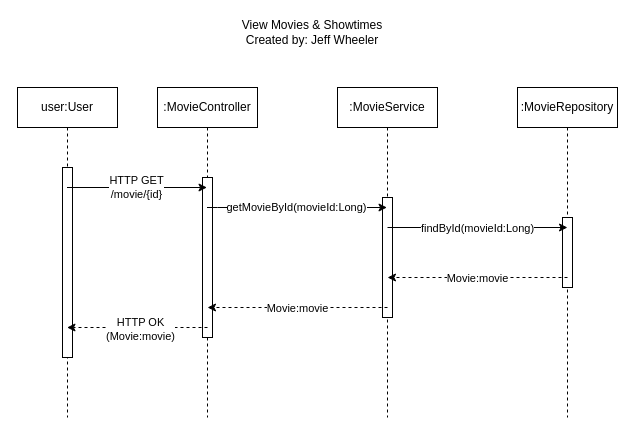
Before: Sequence Diagram - View Movie & Showtimes.drawio in AcmePlexApp/documents, a draw.io diagram. Source tidied: cells renumbered, new cells numbered last; positions are measured from the earlier drawing's top-left corner, leaving out a move shared by most shapes. Both pictures are drawn from the tidied source at 100%, with x=0, y=0 at pixel (17, 17).
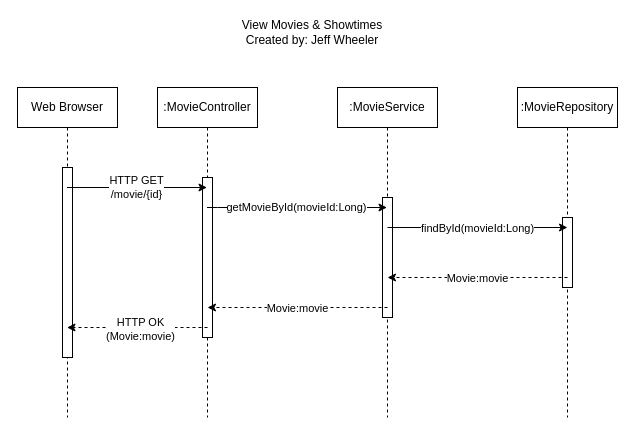
The same diagram, later.

What changed in the source:
```diff
@@
-    <mxCell id="2" value="user:User" style="shape=umlLifeline;perimeter=lifelinePerimeter;whiteSpace=wrap;html=1;outlineConnect=0;portConstraint=eastwest;newEdgeStyle={&quot;edgeStyle&quot;:&quot;elbowEdgeStyle&quot;,&quot;elbow&quot;:&quot;vertical&quot;,&quot;curved&quot;:0,&quot;rounded&quot;:0};" parent="1" vertex="1">
+    <mxCell id="2" value="Web Browser" style="shape=umlLifeline;perimeter=lifelinePerimeter;whiteSpace=wrap;html=1;outlineConnect=0;portConstraint=eastwest;newEdgeStyle={&quot;edgeStyle&quot;:&quot;elbowEdgeStyle&quot;,&quot;elbow&quot;:&quot;vertical&quot;,&quot;curved&quot;:0,&quot;rounded&quot;:0};" parent="1" vertex="1">
       <mxGeometry y="70" width="100" height="330" as="geometry" />
     </mxCell>
```
